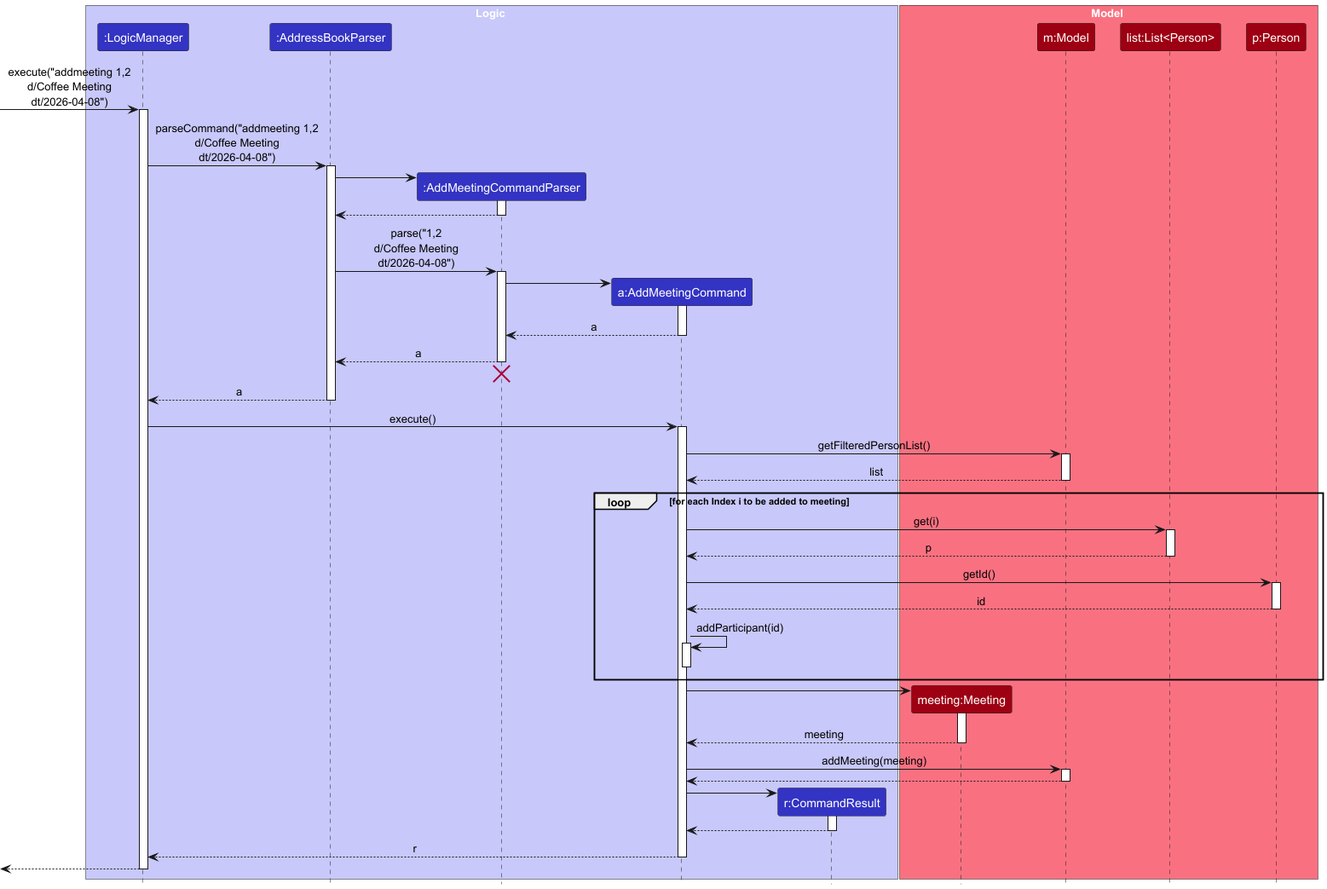
This is docs/images/AddMeetingCommandSequenceDiagram.png from AY2526S2-CS2103T-T12-3/tp, a PlantUML export, as it was before one commit. The source it was exported from:
```plantuml
@startuml
!include style.puml
skinparam ArrowFontStyle plain

box Logic LOGIC_COLOR_T1
participant ":LogicManager" as LogicManager LOGIC_COLOR
participant ":AddressBookParser" as AddressBookParser LOGIC_COLOR
participant ":AddMeetingCommandParser" as AddMeetingCommandParser LOGIC_COLOR
participant "a:AddMeetingCommand" as AddMeetingCommand LOGIC_COLOR
participant "r:CommandResult" as CommandResult LOGIC_COLOR
end box

box Model MODEL_COLOR_T1
participant "meeting:Meeting" as Meeting MODEL_COLOR
participant "m:Model" as Model MODEL_COLOR
participant "list:List<Person>" as List MODEL_COLOR
participant "p:Person" as Person MODEL_COLOR
end box

[-> LogicManager : execute("addmeeting 1,2\nd/Coffee Meeting\ndt/2026-04-08")
activate LogicManager

LogicManager -> AddressBookParser : parseCommand("addmeeting 1,2\nd/Coffee Meeting\ndt/2026-04-08")
activate AddressBookParser

create AddMeetingCommandParser
AddressBookParser -> AddMeetingCommandParser
activate AddMeetingCommandParser

AddMeetingCommandParser --> AddressBookParser
deactivate AddMeetingCommandParser

AddressBookParser -> AddMeetingCommandParser : parse("1,2\nd/Coffee Meeting\ndt/2026-04-08")
activate AddMeetingCommandParser

create AddMeetingCommand
AddMeetingCommandParser -> AddMeetingCommand
activate AddMeetingCommand

AddMeetingCommand --> AddMeetingCommandParser : a
deactivate AddMeetingCommand

AddMeetingCommandParser --> AddressBookParser : a
deactivate AddMeetingCommandParser
AddMeetingCommandParser -[hidden]-> AddressBookParser
destroy AddMeetingCommandParser

AddressBookParser --> LogicManager : a
deactivate AddressBookParser

LogicManager -> AddMeetingCommand : execute()
activate AddMeetingCommand

AddMeetingCommand -> Model : getFilteredPersonList()
activate Model

Model --> AddMeetingCommand : list
deactivate Model

loop TRANSPARENT_COLOR for each Index i to be added to meeting

AddMeetingCommand -> List : get(i)
activate List

List --> AddMeetingCommand : p
deactivate List

AddMeetingCommand -> Person : getId()
activate Person
Person --> AddMeetingCommand : id
deactivate Person

AddMeetingCommand -> AddMeetingCommand : addParticipant(id)
activate AddMeetingCommand
deactivate AddMeetingCommand
end

create Meeting
AddMeetingCommand -> Meeting
activate Meeting

Meeting --> AddMeetingCommand : meeting
deactivate Meeting

AddMeetingCommand -> Model : addMeeting(meeting)
activate Model

Model --> AddMeetingCommand
deactivate Model

create CommandResult
AddMeetingCommand -> CommandResult
activate CommandResult

CommandResult --> AddMeetingCommand
deactivate CommandResult

AddMeetingCommand --> LogicManager : r
deactivate AddMeetingCommand

[<--LogicManager
deactivate LogicManager
@enduml
```
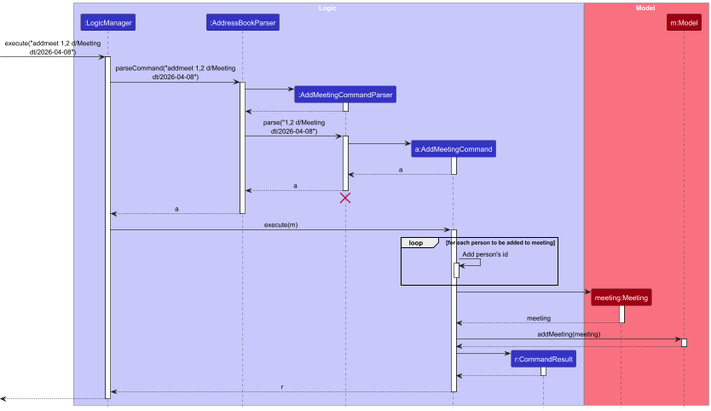
The same diagram one commit later.

The edit, as a diff of the source:
```diff
@@ -13,14 +13,13 @@
 box Model MODEL_COLOR_T1
 participant "meeting:Meeting" as Meeting MODEL_COLOR
 participant "m:Model" as Model MODEL_COLOR
-participant "list:List<Person>" as List MODEL_COLOR
-participant "p:Person" as Person MODEL_COLOR
+
 end box
 
-[-> LogicManager : execute("addmeeting 1,2\nd/Coffee Meeting\ndt/2026-04-08")
+[-> LogicManager : execute("addmeet 1,2 d/Meeting\ndt/2026-04-08")
 activate LogicManager
 
-LogicManager -> AddressBookParser : parseCommand("addmeeting 1,2\nd/Coffee Meeting\ndt/2026-04-08")
+LogicManager -> AddressBookParser : parseCommand("addmeet 1,2 d/Meeting\ndt/2026-04-08")
 activate AddressBookParser
 
 create AddMeetingCommandParser
@@ -30,7 +29,7 @@
 AddMeetingCommandParser --> AddressBookParser
 deactivate AddMeetingCommandParser
 
-AddressBookParser -> AddMeetingCommandParser : parse("1,2\nd/Coffee Meeting\ndt/2026-04-08")
+AddressBookParser -> AddMeetingCommandParser : parse("1,2 d/Meeting\ndt/2026-04-08")
 activate AddMeetingCommandParser
 
 create AddMeetingCommand
@@ -48,30 +47,14 @@
 AddressBookParser --> LogicManager : a
 deactivate AddressBookParser
 
-LogicManager -> AddMeetingCommand : execute()
+LogicManager -> AddMeetingCommand : execute(m)
 activate AddMeetingCommand
 
-AddMeetingCommand -> Model : getFilteredPersonList()
-activate Model
+loop TRANSPARENT_COLOR for each person to be added to meeting
 
-Model --> AddMeetingCommand : list
-deactivate Model
+AddMeetingCommand -> AddMeetingCommand : Add person's id
+activate AddMeetingCommand
 
-loop TRANSPARENT_COLOR for each Index i to be added to meeting
-
-AddMeetingCommand -> List : get(i)
-activate List
-
-List --> AddMeetingCommand : p
-deactivate List
-
-AddMeetingCommand -> Person : getId()
-activate Person
-Person --> AddMeetingCommand : id
-deactivate Person
-
-AddMeetingCommand -> AddMeetingCommand : addParticipant(id)
-activate AddMeetingCommand
 deactivate AddMeetingCommand
 end
 
```
